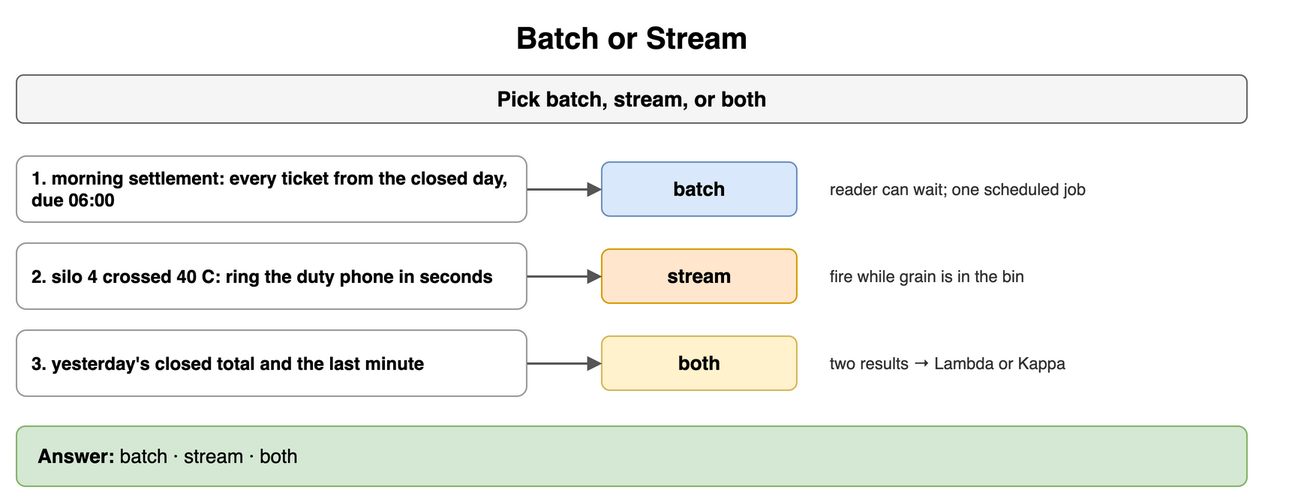
Above: content/09_System_Design_Interview/13_Storage_and_Data_Processing_at_Scale/diagrams/storage-processing-drills-3-batch-or-stream.png in amendez13/swe-study-guide (draw.io), before the change. Source tidied: cells renumbered, new cells last; positions are measured from the earlier drawing's top-left corner, leaving out a move shared by most shapes.
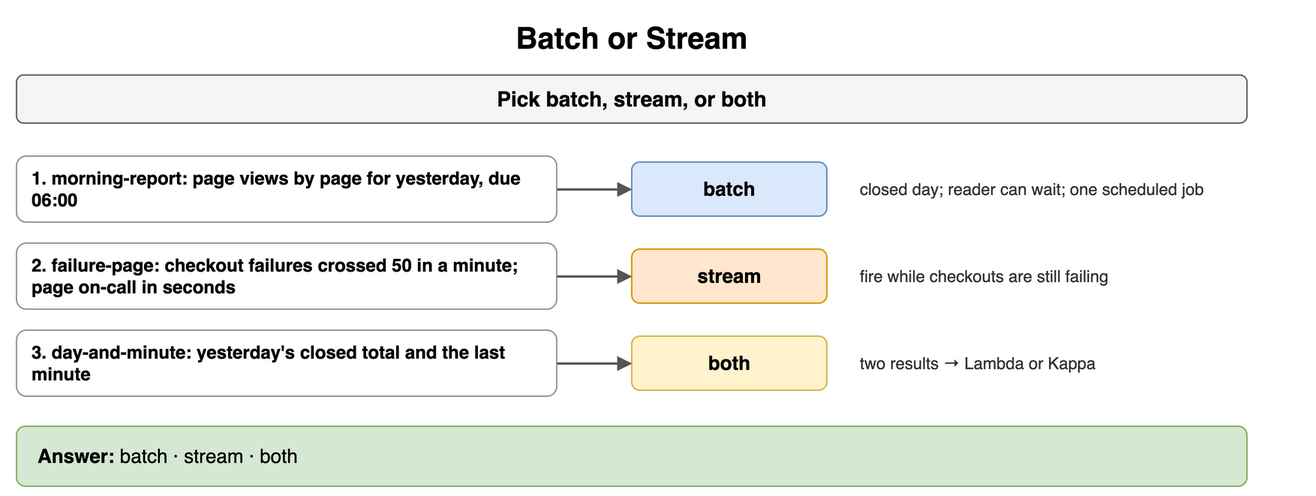
After the change.

Diff of the diagram source:
```diff
@@ -8,41 +8,41 @@
     <mxCell id="3" value="Pick batch, stream, or both" style="rounded=1;whiteSpace=wrap;html=1;fillColor=#f5f5f5;strokeColor=#666666;fontStyle=1;fontSize=14;" parent="1" vertex="1">
       <mxGeometry y="40" width="820" height="32" as="geometry" />
     </mxCell>
-    <mxCell id="4" value="1. morning settlement: every ticket from the closed day, due 06:00" style="rounded=1;whiteSpace=wrap;html=1;fillColor=#ffffff;strokeColor=#999999;fontSize=12;align=left;fontStyle=1;spacingLeft=8;" parent="1" vertex="1">
-      <mxGeometry y="94" width="340" height="44" as="geometry" />
+    <mxCell id="4" value="1. morning-report: page views by page for yesterday, due 06:00" style="rounded=1;whiteSpace=wrap;html=1;fillColor=#ffffff;strokeColor=#999999;fontSize=12;align=left;fontStyle=1;spacingLeft=8;" parent="1" vertex="1">
+      <mxGeometry y="94" width="360" height="44" as="geometry" />
     </mxCell>
     <mxCell id="5" value="batch" style="rounded=1;whiteSpace=wrap;html=1;fillColor=#dae8fc;strokeColor=#6c8ebf;fontSize=13;align=center;fontStyle=1;" parent="1" vertex="1">
-      <mxGeometry x="390" y="98" width="130" height="36" as="geometry" />
+      <mxGeometry x="410" y="98" width="130" height="36" as="geometry" />
     </mxCell>
     <mxCell id="6" style="endArrow=block;endSize=6;html=1;strokeWidth=1.5;strokeColor=#555555;fontSize=11;labelBackgroundColor=#ffffff;" parent="1" edge="1" source="4" target="5">
       <mxGeometry relative="1" as="geometry" />
     </mxCell>
-    <mxCell id="7" value="reader can wait; one scheduled job" style="text;html=1;whiteSpace=wrap;fontSize=11;align=left;verticalAlign=middle;fontSize=11;fontColor=#333333;" parent="1" vertex="1">
-      <mxGeometry x="540" y="94" width="320" height="44" as="geometry" />
+    <mxCell id="7" value="closed day; reader can wait; one scheduled job" style="text;html=1;whiteSpace=wrap;fontSize=11;align=left;verticalAlign=middle;fontSize=11;fontColor=#333333;" parent="1" vertex="1">
+      <mxGeometry x="560" y="94" width="300" height="44" as="geometry" />
     </mxCell>
-    <mxCell id="8" value="2. silo 4 crossed 40 C: ring the duty phone in seconds" style="rounded=1;whiteSpace=wrap;html=1;fillColor=#ffffff;strokeColor=#999999;fontSize=12;align=left;fontStyle=1;spacingLeft=8;" parent="1" vertex="1">
-      <mxGeometry y="152" width="340" height="44" as="geometry" />
+    <mxCell id="8" value="2. failure-page: checkout failures crossed 50 in a minute; page on-call in seconds" style="rounded=1;whiteSpace=wrap;html=1;fillColor=#ffffff;strokeColor=#999999;fontSize=12;align=left;fontStyle=1;spacingLeft=8;" parent="1" vertex="1">
+      <mxGeometry y="152" width="360" height="44" as="geometry" />
     </mxCell>
     <mxCell id="9" value="stream" style="rounded=1;whiteSpace=wrap;html=1;fillColor=#ffe6cc;strokeColor=#d79b00;fontSize=13;align=center;fontStyle=1;" parent="1" vertex="1">
-      <mxGeometry x="390" y="156" width="130" height="36" as="geometry" />
+      <mxGeometry x="410" y="156" width="130" height="36" as="geometry" />
     </mxCell>
     <mxCell id="10" style="endArrow=block;endSize=6;html=1;strokeWidth=1.5;strokeColor=#555555;fontSize=11;labelBackgroundColor=#ffffff;" parent="1" edge="1" source="8" target="9">
       <mxGeometry relative="1" as="geometry" />
     </mxCell>
-    <mxCell id="11" value="fire while grain is in the bin" style="text;html=1;whiteSpace=wrap;fontSize=11;align=left;verticalAlign=middle;fontSize=11;fontColor=#333333;" parent="1" vertex="1">
-      <mxGeometry x="540" y="152" width="320" height="44" as="geometry" />
+    <mxCell id="11" value="fire while checkouts are still failing" style="text;html=1;whiteSpace=wrap;fontSize=11;align=left;verticalAlign=middle;fontSize=11;fontColor=#333333;" parent="1" vertex="1">
+      <mxGeometry x="560" y="152" width="300" height="44" as="geometry" />
     </mxCell>
-    <mxCell id="12" value="3. yesterday's closed total and the last minute" style="rounded=1;whiteSpace=wrap;html=1;fillColor=#ffffff;strokeColor=#999999;fontSize=12;align=left;fontStyle=1;spacingLeft=8;" parent="1" vertex="1">
-      <mxGeometry y="210" width="340" height="44" as="geometry" />
+    <mxCell id="12" value="3. day-and-minute: yesterday's closed total and the last minute" style="rounded=1;whiteSpace=wrap;html=1;fillColor=#ffffff;strokeColor=#999999;fontSize=12;align=left;fontStyle=1;spacingLeft=8;" parent="1" vertex="1">
+      <mxGeometry y="210" width="360" height="44" as="geometry" />
     </mxCell>
     <mxCell id="13" value="both" style="rounded=1;whiteSpace=wrap;html=1;fillColor=#fff2cc;strokeColor=#d6b656;fontSize=13;align=center;fontStyle=1;" parent="1" vertex="1">
-      <mxGeometry x="390" y="214" width="130" height="36" as="geometry" />
+      <mxGeometry x="410" y="214" width="130" height="36" as="geometry" />
     </mxCell>
     <mxCell id="14" style="endArrow=block;endSize=6;html=1;strokeWidth=1.5;strokeColor=#555555;fontSize=11;labelBackgroundColor=#ffffff;" parent="1" edge="1" source="12" target="13">
       <mxGeometry relative="1" as="geometry" />
     </mxCell>
     <mxCell id="15" value="two results → Lambda or Kappa" style="text;html=1;whiteSpace=wrap;fontSize=11;align=left;verticalAlign=middle;fontSize=11;fontColor=#333333;" parent="1" vertex="1">
-      <mxGeometry x="540" y="210" width="320" height="44" as="geometry" />
+      <mxGeometry x="560" y="210" width="300" height="44" as="geometry" />
     </mxCell>
     <mxCell id="16" value="&lt;b&gt;Answer:&lt;/b&gt; batch · stream · both" style="rounded=1;whiteSpace=wrap;html=1;fillColor=#d5e8d4;strokeColor=#82b366;fontSize=13;align=left;spacingLeft=12;" parent="1" vertex="1">
       <mxGeometry y="274" width="820" height="40" as="geometry" />
```
